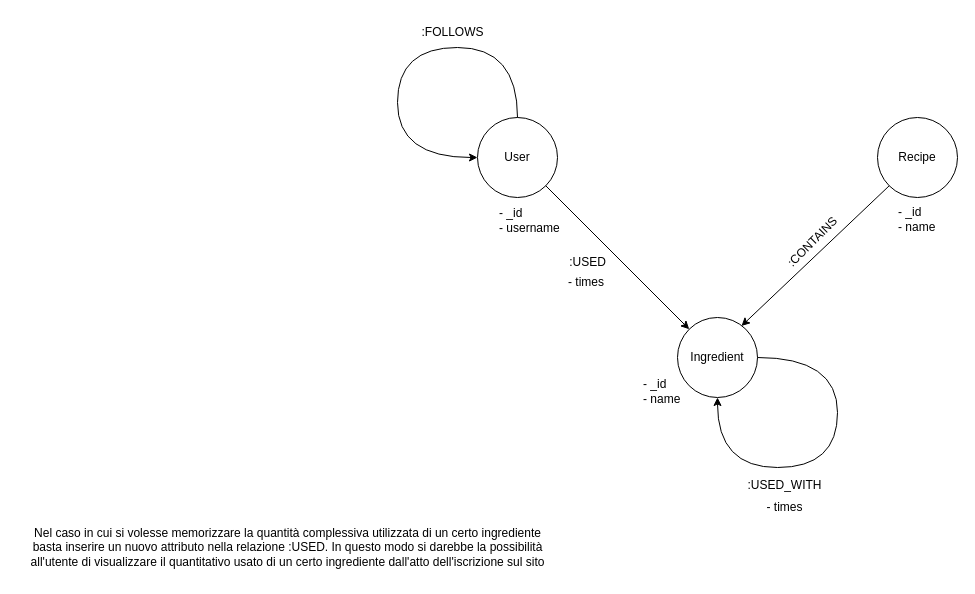
Before: Idea/PowerPoint/Resources/DB.drawio in GiuseppeSoriano/WeFood, a draw.io diagram. Source tidied: cells renumbered, new cells numbered last; positions are measured from the earlier drawing's top-left corner, leaving out a move shared by most shapes. Both pictures are drawn from the tidied source at 100%, with x=0, y=0 at pixel (17, 17).
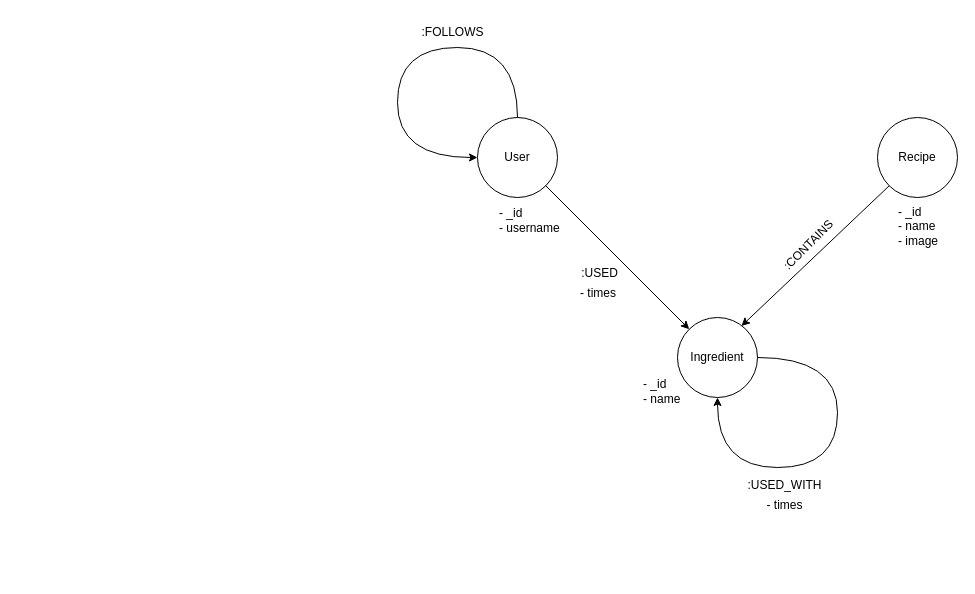
Above is the later version.

Change to the diagram source:
```diff
@@
     <mxCell id="8" value=":CONTAINS" style="text;html=1;align=center;verticalAlign=middle;strokeColor=none;fillColor=none;rotation=-45;" parent="1" vertex="1">
-      <mxGeometry x="750" y="210" width="90" height="30" as="geometry" />
+      <mxGeometry x="746" y="213" width="90" height="30" as="geometry" />
     </mxCell>
@@
     <mxCell id="11" value="- times" style="text;html=1;align=center;verticalAlign=middle;strokeColor=none;fillColor=none;" parent="1" vertex="1">
-      <mxGeometry x="737" y="475" width="60" height="30" as="geometry" />
+      <mxGeometry x="737" y="473" width="60" height="30" as="geometry" />
     </mxCell>
@@
     <mxCell id="13" value=":USED" style="text;html=1;align=center;verticalAlign=middle;strokeColor=none;fillColor=none;rotation=0;" parent="1" vertex="1">
-      <mxGeometry x="540" y="230" width="60" height="30" as="geometry" />
+      <mxGeometry x="552" y="241" width="60" height="30" as="geometry" />
     </mxCell>
@@
-    <mxCell id="15" value="- _id&lt;br&gt;- name" style="text;html=1;align=left;verticalAlign=middle;strokeColor=none;fillColor=none;" parent="1" vertex="1">
-      <mxGeometry x="879" y="182" width="60" height="40" as="geometry" />
+    <mxCell id="15" value="- _id&lt;br&gt;- name&lt;br&gt;-&amp;nbsp;image" style="text;html=1;align=left;verticalAlign=middle;strokeColor=none;fillColor=none;" parent="1" vertex="1">
+      <mxGeometry x="879" y="179" width="60" height="60" as="geometry" />
     </mxCell>
-    <mxCell id="16" value="Nel caso in cui si volesse memorizzare la quantità complessiva utilizzata di un certo ingrediente &lt;br&gt;basta inserire un nuovo attributo nella relazione :USED. In questo modo si darebbe la possibilità&lt;br&gt;all'utente di visualizzare il quantitativo usato di un certo ingrediente dall'atto dell'iscrizione sul sito" style="text;html=1;align=center;verticalAlign=middle;strokeColor=none;fillColor=none;" parent="1" vertex="1">
-      <mxGeometry y="500" width="540" height="60" as="geometry" />
-    </mxCell>
     <mxCell id="17" value="- times" style="text;html=1;align=left;verticalAlign=middle;strokeColor=none;fillColor=none;" parent="1" vertex="1">
-      <mxGeometry x="549" y="250" width="60" height="30" as="geometry" />
+      <mxGeometry x="561" y="261" width="60" height="30" as="geometry" />
     </mxCell>
```
